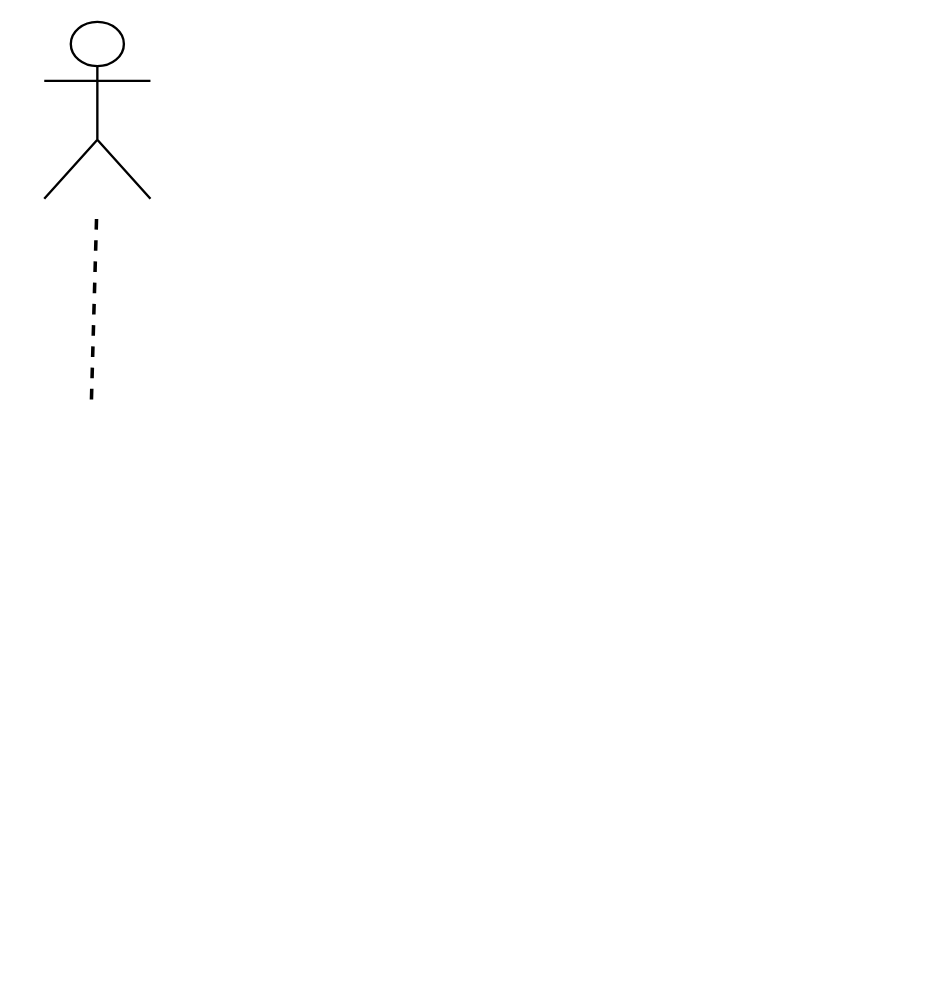
Above: 未命名绘图.drawio in Yaozongbin0828/UMLetDraw (draw.io), before the change. Source tidied: cells renumbered, new cells numbered last; positions are measured from the earlier drawing's top-left corner, leaving out a move shared by most shapes. Both pictures are drawn from the tidied source at 118%, with x=0, y=0 at pixel (44, 21).
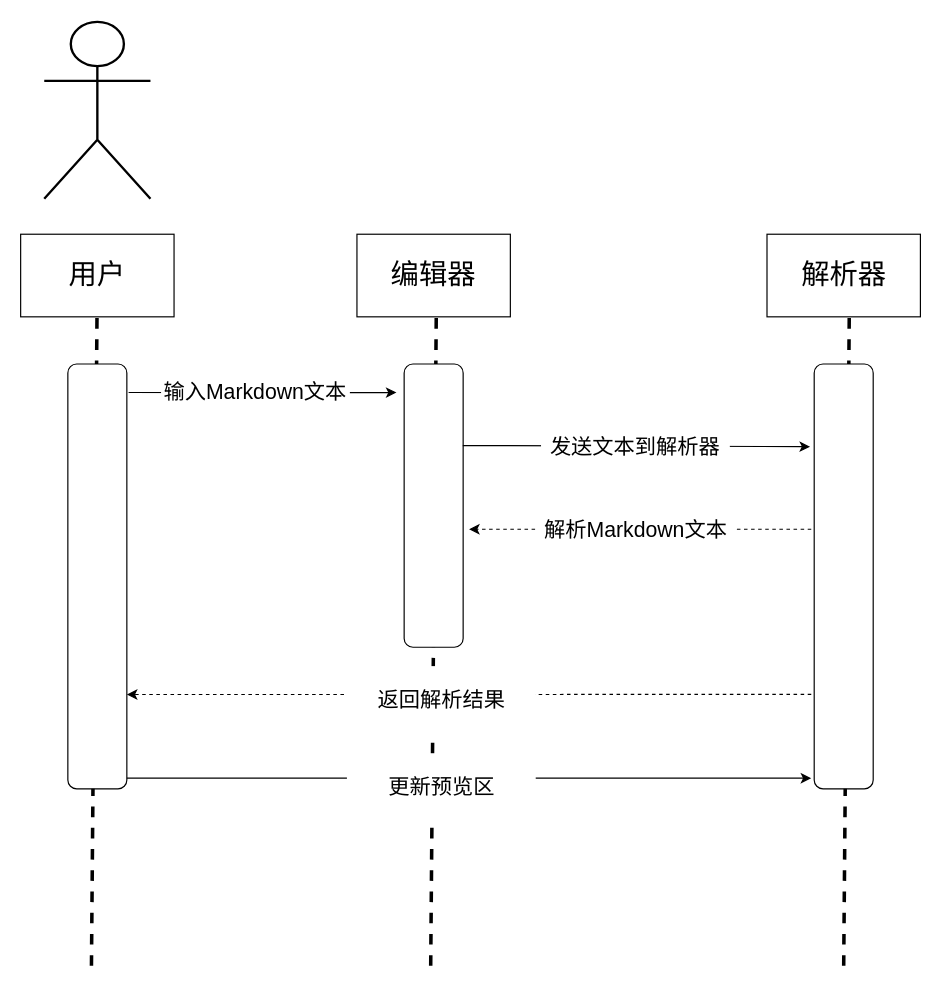
After the change.

Commit message:
更新未命名绘图.drawio

Change to the diagram source:
```diff
@@
     <mxCell id="3" style="endArrow=none;dashed=1;html=1;rounded=0;strokeWidth=3;" parent="1" edge="1">
       <mxGeometry relative="1" as="geometry">
-        <mxPoint x="40" y="320" as="sourcePoint" />
-        <mxPoint x="44.5" y="160" as="targetPoint" />
+        <mxPoint x="40" y="800" as="sourcePoint" />
+        <mxPoint x="44.7" y="250" as="targetPoint" />
       </mxGeometry>
     </mxCell>
+    <mxCell id="4" style="rounded=1;whiteSpace=wrap;html=1;rotation=90;" parent="1" vertex="1">
+      <mxGeometry x="-135" y="445" width="360" height="50" as="geometry" />
+    </mxCell>
+    <mxCell id="5" style="endArrow=none;dashed=1;html=1;rounded=0;strokeWidth=3;" parent="1" edge="1">
+      <mxGeometry relative="1" as="geometry">
+        <mxPoint x="327.5" y="800" as="sourcePoint" />
+        <mxPoint x="332.2" y="250" as="targetPoint" />
+      </mxGeometry>
+    </mxCell>
+    <mxCell id="6" style="endArrow=none;dashed=1;html=1;rounded=0;strokeWidth=3;" parent="1" edge="1">
+      <mxGeometry relative="1" as="geometry">
+        <mxPoint x="677.5" y="800" as="sourcePoint" />
+        <mxPoint x="682.2" y="250" as="targetPoint" />
+      </mxGeometry>
+    </mxCell>
+    <mxCell id="7" style="rounded=1;whiteSpace=wrap;html=1;rotation=90;" parent="1" vertex="1">
+      <mxGeometry x="210" y="385" width="240" height="50" as="geometry" />
+    </mxCell>
+    <mxCell id="8" style="rounded=1;whiteSpace=wrap;html=1;rotation=90;" parent="1" vertex="1">
+      <mxGeometry x="497.5" y="445" width="360" height="50" as="geometry" />
+    </mxCell>
+    <mxCell id="9" value="&lt;font style=&quot;font-size: 24px;&quot;&gt;用户&lt;/font&gt;" style="rounded=0;whiteSpace=wrap;html=1;" parent="1" vertex="1">
+      <mxGeometry x="-20" y="180" width="130" height="70" as="geometry" />
+    </mxCell>
+    <mxCell id="10" value="&lt;font style=&quot;font-size: 24px;&quot;&gt;编辑器&lt;/font&gt;" style="rounded=0;whiteSpace=wrap;html=1;" parent="1" vertex="1">
+      <mxGeometry x="265" y="180" width="130" height="70" as="geometry" />
+    </mxCell>
+    <mxCell id="11" value="&lt;font style=&quot;font-size: 24px;&quot;&gt;解析器&lt;/font&gt;" style="rounded=0;whiteSpace=wrap;html=1;" parent="1" vertex="1">
+      <mxGeometry x="612.5" y="180" width="130" height="70" as="geometry" />
+    </mxCell>
+    <mxCell id="12" style="endArrow=classic;html=1;rounded=0;entryX=0.194;entryY=1.029;entryDx=0;entryDy=0;entryPerimeter=0;exitX=0.067;exitY=-0.03;exitDx=0;exitDy=0;exitPerimeter=0;" parent="1" edge="1" source="4">
+      <mxGeometry relative="1" as="geometry">
+        <mxPoint x="298.5" y="314.2" as="targetPoint" />
+      </mxGeometry>
+    </mxCell>
+    <mxCell id="13" style="endArrow=classic;html=1;rounded=0;exitX=0.288;exitY=-0.014;exitDx=0;exitDy=0;exitPerimeter=0;" parent="1" edge="1">
+      <mxGeometry relative="1" as="geometry">
+        <mxPoint x="354.7" y="359.1" as="sourcePoint" />
+        <mxPoint x="649" y="360" as="targetPoint" />
+      </mxGeometry>
+    </mxCell>
+    <mxCell id="14" value="&lt;font style=&quot;font-size: 18px;&quot;&gt;发送文本到解析器&lt;/font&gt;" style="rounded=0;whiteSpace=wrap;html=1;strokeColor=none;gradientColor=none;" parent="1" vertex="1">
+      <mxGeometry x="421" y="332" width="160" height="57" as="geometry" />
+    </mxCell>
+    <mxCell id="15" value="&lt;font style=&quot;font-size: 18px;&quot;&gt;输入Markdown文本&lt;/font&gt;" style="rounded=0;whiteSpace=wrap;html=1;strokeColor=none;gradientColor=none;" parent="1" vertex="1">
+      <mxGeometry x="99" y="285" width="160" height="57" as="geometry" />
+    </mxCell>
+    <mxCell id="16" style="endArrow=classic;html=1;rounded=0;dashed=1;" parent="1" edge="1">
+      <mxGeometry relative="1" as="geometry">
+        <mxPoint x="650" y="430" as="sourcePoint" />
+        <mxPoint x="360" y="430" as="targetPoint" />
+      </mxGeometry>
+    </mxCell>
+    <mxCell id="17" value="&lt;span style=&quot;white-space-collapse: preserve;&quot;&gt;&lt;font style=&quot;font-size: 18px;&quot;&gt;解析Markdown文本&lt;/font&gt;&lt;/span&gt;" style="rounded=0;whiteSpace=wrap;html=1;strokeColor=none;gradientColor=none;" parent="1" vertex="1">
+      <mxGeometry x="416.5" y="402" width="169" height="57" as="geometry" />
+    </mxCell>
+    <mxCell id="18" style="endArrow=classic;html=1;rounded=0;dashed=1;entryX=0.778;entryY=0;entryDx=0;entryDy=0;entryPerimeter=0;" parent="1" edge="1" target="4">
+      <mxGeometry relative="1" as="geometry">
+        <mxPoint x="650" y="570" as="sourcePoint" />
+      </mxGeometry>
+    </mxCell>
+    <mxCell id="19" style="endArrow=classic;html=1;rounded=0;exitX=0.288;exitY=-0.014;exitDx=0;exitDy=0;exitPerimeter=0;" parent="1" edge="1">
+      <mxGeometry relative="1" as="geometry">
+        <mxPoint x="70" y="641" as="sourcePoint" />
+        <mxPoint x="650" y="641" as="targetPoint" />
+      </mxGeometry>
+    </mxCell>
+    <mxCell id="20" value="&lt;font style=&quot;font-size: 18px;&quot;&gt;返回解析结果&lt;/font&gt;" style="rounded=0;whiteSpace=wrap;html=1;strokeColor=none;gradientColor=none;" parent="1" vertex="1">
+      <mxGeometry x="256.5" y="546" width="160" height="57" as="geometry" />
+    </mxCell>
+    <mxCell id="21" value="&lt;font style=&quot;font-size: 18px;&quot;&gt;更新预览区&lt;/font&gt;" style="rounded=0;whiteSpace=wrap;html=1;strokeColor=none;gradientColor=none;" parent="1" vertex="1">
+      <mxGeometry x="256.5" y="620" width="160" height="57" as="geometry" />
+    </mxCell>
```
